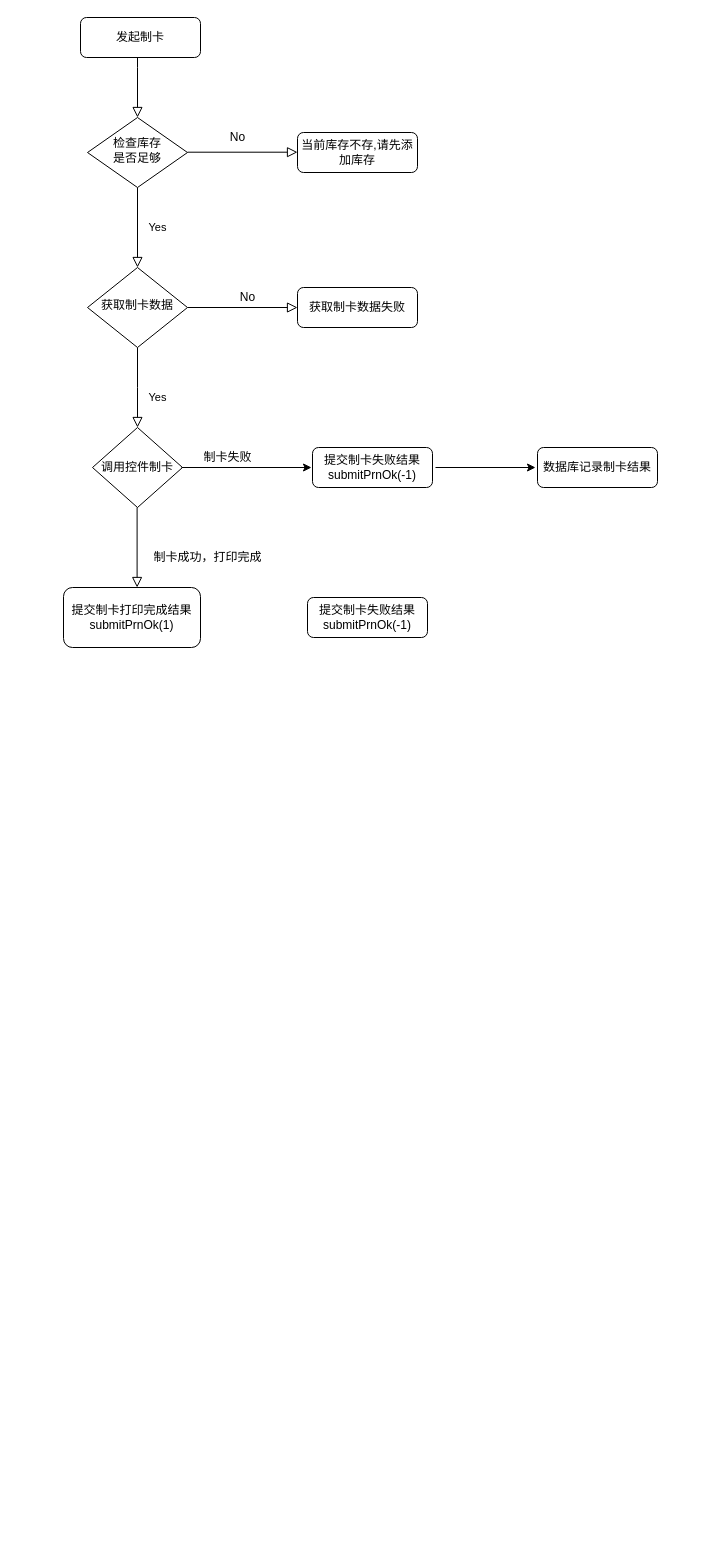
plummylilin/git_learning keeps this draw.io diagram as Untitled Diagram.drawio. Above is the earlier version. Source tidied: cells renumbered, new cells numbered last; positions are measured from the earlier drawing's top-left corner, leaving out a move shared by most shapes. Both pictures are drawn from the tidied source at 100%, with x=0, y=0 at pixel (63, 17).
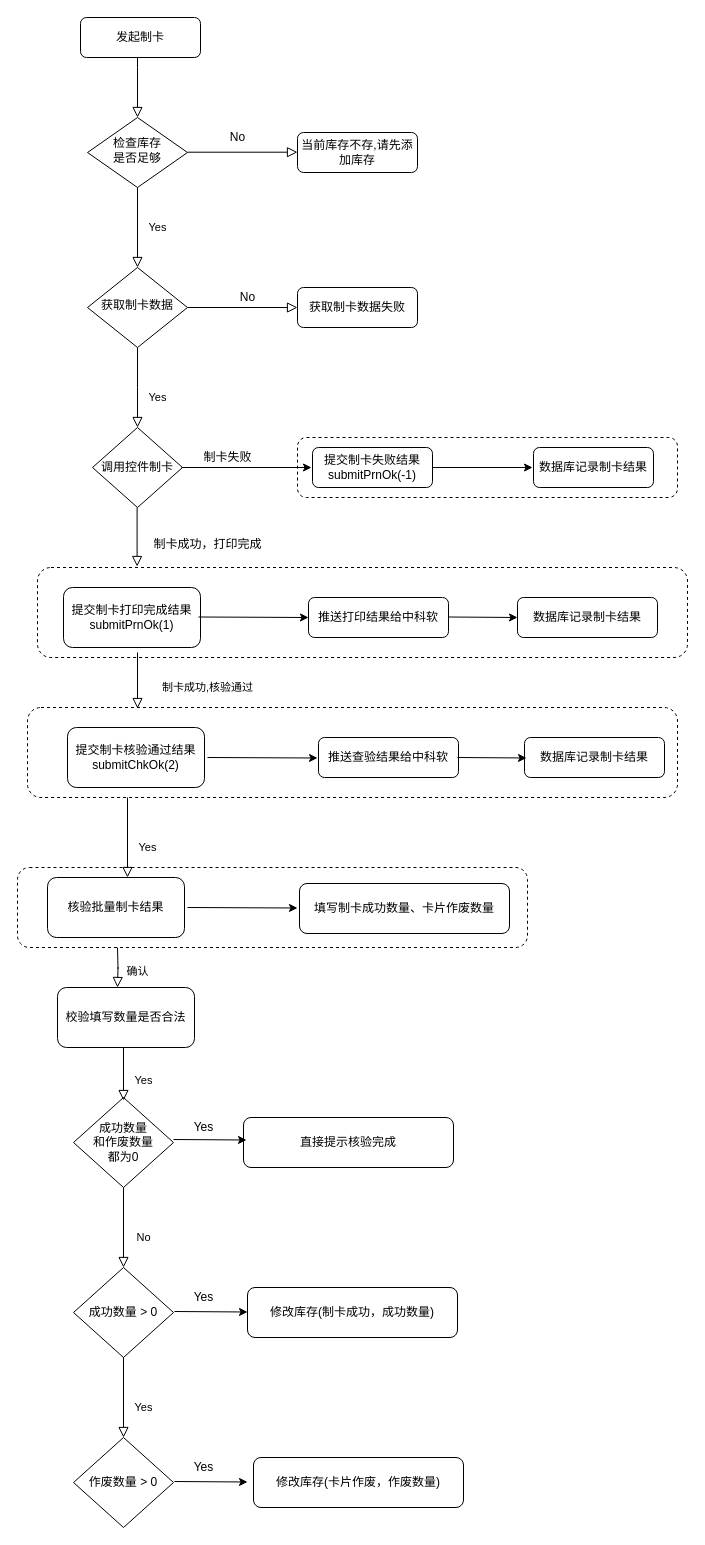
The same page after the edit.

Change to the diagram source:
```diff
@@
+    <mxCell id="23" style="rounded=1;whiteSpace=wrap;html=1;fillColor=none;dashed=1;" parent="1" vertex="1">
+      <mxGeometry x="-46" y="850" width="510" height="80" as="geometry" />
+    </mxCell>
+    <mxCell id="24" style="rounded=1;whiteSpace=wrap;html=1;fillColor=none;dashed=1;" parent="1" vertex="1">
+      <mxGeometry x="-26" y="550" width="650" height="90" as="geometry" />
+    </mxCell>
@@
     <mxCell id="18" value="数据库记录制卡结果" style="rounded=1;whiteSpace=wrap;html=1;fontSize=12;glass=0;strokeWidth=1;shadow=0;" parent="1" vertex="1">
-      <mxGeometry x="474" y="430" width="120" height="40" as="geometry" />
+      <mxGeometry x="470" y="430" width="120" height="40" as="geometry" />
     </mxCell>
     <mxCell id="19" style="endArrow=classic;html=1;" parent="1" edge="1">
       <mxGeometry relative="1" as="geometry">
-        <mxPoint x="372" y="450" as="sourcePoint" />
-        <mxPoint x="472" y="450" as="targetPoint" />
+        <mxPoint x="369" y="450" as="sourcePoint" />
+        <mxPoint x="469" y="450" as="targetPoint" />
       </mxGeometry>
     </mxCell>
     <mxCell id="20" value="&lt;span style=&quot;font-size: 12px&quot;&gt;制卡成功，打印完成&lt;/span&gt;" style="rounded=0;html=1;jettySize=auto;orthogonalLoop=1;fontSize=11;endArrow=block;endFill=0;endSize=8;strokeWidth=1;shadow=0;labelBackgroundColor=none;edgeStyle=orthogonalEdgeStyle;" parent="1" edge="1">
       <mxGeometry x="0.25" y="70" relative="1" as="geometry">
         <mxPoint x="73.6" y="490" as="sourcePoint" />
-        <mxPoint x="73.6" y="570" as="targetPoint" />
+        <mxPoint x="73.6" y="549" as="targetPoint" />
       </mxGeometry>
     </mxCell>
@@
-    <mxCell id="22" value="提交制卡失败结果submitPrnOk(-1)" style="rounded=1;whiteSpace=wrap;html=1;fontSize=12;glass=0;strokeWidth=1;shadow=0;" parent="1" vertex="1">
-      <mxGeometry x="244" y="580" width="120" height="40" as="geometry" />
+    <mxCell id="22" value="推送打印结果给中科软" style="rounded=1;whiteSpace=wrap;html=1;fontSize=12;glass=0;strokeWidth=1;shadow=0;" parent="1" vertex="1">
+      <mxGeometry x="245" y="580" width="140" height="40" as="geometry" />
     </mxCell>
+    <mxCell id="25" value="&lt;span&gt;数据库记录制卡结果&lt;/span&gt;" style="rounded=1;whiteSpace=wrap;html=1;fontSize=12;glass=0;strokeWidth=1;shadow=0;" parent="1" vertex="1">
+      <mxGeometry x="454" y="580" width="140" height="40" as="geometry" />
+    </mxCell>
+    <mxCell id="26" style="endArrow=classic;html=1;" parent="1" edge="1">
+      <mxGeometry relative="1" as="geometry">
+        <mxPoint x="135" y="599.5" as="sourcePoint" />
+        <mxPoint x="245" y="600" as="targetPoint" />
+      </mxGeometry>
+    </mxCell>
+    <mxCell id="27" style="endArrow=classic;html=1;entryX=0;entryY=0.5;entryDx=0;entryDy=0;" parent="1" edge="1" target="25">
+      <mxGeometry relative="1" as="geometry">
+        <mxPoint x="385" y="599.5" as="sourcePoint" />
+      </mxGeometry>
+    </mxCell>
+    <mxCell id="28" style="rounded=1;whiteSpace=wrap;html=1;fillColor=none;dashed=1;" parent="1" vertex="1">
+      <mxGeometry x="234" y="420" width="380" height="60" as="geometry" />
+    </mxCell>
+    <mxCell id="29" value="制卡成功,核验通过" style="rounded=0;html=1;jettySize=auto;orthogonalLoop=1;fontSize=11;endArrow=block;endFill=0;endSize=8;strokeWidth=1;shadow=0;labelBackgroundColor=none;edgeStyle=orthogonalEdgeStyle;" parent="1" edge="1">
+      <mxGeometry x="0.25" y="70" relative="1" as="geometry">
+        <mxPoint x="74" y="635" as="sourcePoint" />
+        <mxPoint x="74" y="691" as="targetPoint" />
+      </mxGeometry>
+    </mxCell>
+    <mxCell id="30" style="rounded=1;whiteSpace=wrap;html=1;fillColor=none;dashed=1;" parent="1" vertex="1">
+      <mxGeometry x="-36" y="690" width="650" height="90" as="geometry" />
+    </mxCell>
+    <mxCell id="31" value="提交制卡核验通过结果submitChkOk(2)" style="rounded=1;whiteSpace=wrap;html=1;fontSize=12;glass=0;strokeWidth=1;shadow=0;" parent="1" vertex="1">
+      <mxGeometry x="4" y="710" width="137" height="60" as="geometry" />
+    </mxCell>
+    <mxCell id="32" value="推送查验结果给中科软" style="rounded=1;whiteSpace=wrap;html=1;fontSize=12;glass=0;strokeWidth=1;shadow=0;" parent="1" vertex="1">
+      <mxGeometry x="255" y="720" width="140" height="40" as="geometry" />
+    </mxCell>
+    <mxCell id="33" value="&lt;span&gt;数据库记录制卡结果&lt;/span&gt;" style="rounded=1;whiteSpace=wrap;html=1;fontSize=12;glass=0;strokeWidth=1;shadow=0;" parent="1" vertex="1">
+      <mxGeometry x="461" y="720" width="140" height="40" as="geometry" />
+    </mxCell>
+    <mxCell id="34" style="endArrow=classic;html=1;" parent="1" edge="1">
+      <mxGeometry relative="1" as="geometry">
+        <mxPoint x="144" y="740" as="sourcePoint" />
+        <mxPoint x="254" y="740.5" as="targetPoint" />
+      </mxGeometry>
+    </mxCell>
+    <mxCell id="35" style="endArrow=classic;html=1;entryX=0;entryY=0.5;entryDx=0;entryDy=0;" parent="1" edge="1">
+      <mxGeometry relative="1" as="geometry">
+        <mxPoint x="394" y="740" as="sourcePoint" />
+        <mxPoint x="463" y="740.5" as="targetPoint" />
+      </mxGeometry>
+    </mxCell>
+    <mxCell id="36" value="Yes" style="rounded=0;html=1;jettySize=auto;orthogonalLoop=1;fontSize=11;endArrow=block;endFill=0;endSize=8;strokeWidth=1;shadow=0;labelBackgroundColor=none;edgeStyle=orthogonalEdgeStyle;" parent="1" edge="1">
+      <mxGeometry x="0.25" y="20" relative="1" as="geometry">
+        <mxPoint x="64" y="780" as="sourcePoint" />
+        <mxPoint x="64" y="860" as="targetPoint" />
+      </mxGeometry>
+    </mxCell>
+    <mxCell id="37" value="核验批量制卡结果" style="rounded=1;whiteSpace=wrap;html=1;fontSize=12;glass=0;strokeWidth=1;shadow=0;" parent="1" vertex="1">
+      <mxGeometry x="-16" y="860" width="137" height="60" as="geometry" />
+    </mxCell>
+    <mxCell id="38" value="填写制卡成功数量、卡片作废数量" style="rounded=1;whiteSpace=wrap;html=1;fontSize=12;glass=0;strokeWidth=1;shadow=0;" parent="1" vertex="1">
+      <mxGeometry x="236" y="866" width="210" height="50" as="geometry" />
+    </mxCell>
+    <mxCell id="39" style="endArrow=classic;html=1;" parent="1" edge="1">
+      <mxGeometry relative="1" as="geometry">
+        <mxPoint x="124" y="890" as="sourcePoint" />
+        <mxPoint x="234" y="890.5" as="targetPoint" />
+      </mxGeometry>
+    </mxCell>
+    <mxCell id="40" value="校验填写数量是否合法" style="rounded=1;whiteSpace=wrap;html=1;fontSize=12;glass=0;strokeWidth=1;shadow=0;" parent="1" vertex="1">
+      <mxGeometry x="-6" y="970" width="137" height="60" as="geometry" />
+    </mxCell>
+    <mxCell id="41" value="确认" style="rounded=0;html=1;jettySize=auto;orthogonalLoop=1;fontSize=11;endArrow=block;endFill=0;endSize=8;strokeWidth=1;shadow=0;labelBackgroundColor=none;edgeStyle=orthogonalEdgeStyle;" parent="1" edge="1">
+      <mxGeometry x="0.25" y="20" relative="1" as="geometry">
+        <mxPoint x="54" y="930" as="sourcePoint" />
+        <mxPoint x="54" y="970" as="targetPoint" />
+      </mxGeometry>
+    </mxCell>
+    <mxCell id="42" value="成功数量&lt;br&gt;和作废数量&lt;br&gt;都为0" style="rhombus;whiteSpace=wrap;html=1;" parent="1" vertex="1">
+      <mxGeometry x="10" y="1080" width="100" height="90" as="geometry" />
+    </mxCell>
+    <mxCell id="43" value="直接提示核验完成" style="rounded=1;whiteSpace=wrap;html=1;fontSize=12;glass=0;strokeWidth=1;shadow=0;" parent="1" vertex="1">
+      <mxGeometry x="180" y="1100" width="210" height="50" as="geometry" />
+    </mxCell>
+    <mxCell id="44" value="No" style="rounded=0;html=1;jettySize=auto;orthogonalLoop=1;fontSize=11;endArrow=block;endFill=0;endSize=8;strokeWidth=1;shadow=0;labelBackgroundColor=none;edgeStyle=orthogonalEdgeStyle;" parent="1" edge="1">
+      <mxGeometry x="0.25" y="20" relative="1" as="geometry">
+        <mxPoint x="60" y="1170" as="sourcePoint" />
+        <mxPoint x="60" y="1250" as="targetPoint" />
+      </mxGeometry>
+    </mxCell>
+    <mxCell id="45" value="成功数量 &amp;gt; 0" style="rhombus;whiteSpace=wrap;html=1;" parent="1" vertex="1">
+      <mxGeometry x="10" y="1250" width="100" height="90" as="geometry" />
+    </mxCell>
+    <mxCell id="46" value="修改库存(制卡成功，成功数量)" style="rounded=1;whiteSpace=wrap;html=1;fontSize=12;glass=0;strokeWidth=1;shadow=0;" parent="1" vertex="1">
+      <mxGeometry x="184" y="1270" width="210" height="50" as="geometry" />
+    </mxCell>
+    <mxCell id="47" value="作废数量 &amp;gt; 0" style="rhombus;whiteSpace=wrap;html=1;" parent="1" vertex="1">
+      <mxGeometry x="10" y="1420" width="100" height="90" as="geometry" />
+    </mxCell>
+    <mxCell id="48" value="修改库存(卡片作废，作废数量)" style="rounded=1;whiteSpace=wrap;html=1;fontSize=12;glass=0;strokeWidth=1;shadow=0;" parent="1" vertex="1">
+      <mxGeometry x="190" y="1440" width="210" height="50" as="geometry" />
+    </mxCell>
+    <mxCell id="49" value="Yes" style="rounded=0;html=1;jettySize=auto;orthogonalLoop=1;fontSize=11;endArrow=block;endFill=0;endSize=8;strokeWidth=1;shadow=0;labelBackgroundColor=none;edgeStyle=orthogonalEdgeStyle;" parent="1" edge="1">
+      <mxGeometry x="0.25" y="20" relative="1" as="geometry">
+        <mxPoint x="60" y="1340" as="sourcePoint" />
+        <mxPoint x="60" y="1420" as="targetPoint" />
+      </mxGeometry>
+    </mxCell>
+    <mxCell id="50" value="Yes" style="rounded=0;html=1;jettySize=auto;orthogonalLoop=1;fontSize=11;endArrow=block;endFill=0;endSize=8;strokeWidth=1;shadow=0;labelBackgroundColor=none;edgeStyle=orthogonalEdgeStyle;" parent="1" edge="1">
+      <mxGeometry x="0.25" y="20" relative="1" as="geometry">
+        <mxPoint x="60" y="1030" as="sourcePoint" />
+        <mxPoint x="60" y="1083" as="targetPoint" />
+      </mxGeometry>
+    </mxCell>
+    <mxCell id="51" style="endArrow=classic;html=1;" parent="1" edge="1">
+      <mxGeometry relative="1" as="geometry">
+        <mxPoint x="111" y="1294" as="sourcePoint" />
+        <mxPoint x="184" y="1294.5" as="targetPoint" />
+      </mxGeometry>
+    </mxCell>
+    <mxCell id="52" value="Yes" style="text;html=1;align=center;verticalAlign=middle;" parent="1" vertex="1">
+      <mxGeometry x="125" y="1270" width="30" height="20" as="geometry" />
+    </mxCell>
+    <mxCell id="53" style="endArrow=classic;html=1;" parent="1" edge="1">
+      <mxGeometry relative="1" as="geometry">
+        <mxPoint x="110" y="1122" as="sourcePoint" />
+        <mxPoint x="183" y="1122.5" as="targetPoint" />
+      </mxGeometry>
+    </mxCell>
+    <mxCell id="54" value="Yes" style="text;html=1;align=center;verticalAlign=middle;" parent="1" vertex="1">
+      <mxGeometry x="125" y="1100" width="30" height="20" as="geometry" />
+    </mxCell>
+    <mxCell id="55" style="endArrow=classic;html=1;" parent="1" edge="1">
+      <mxGeometry relative="1" as="geometry">
+        <mxPoint x="111" y="1464" as="sourcePoint" />
+        <mxPoint x="184" y="1464.5" as="targetPoint" />
+      </mxGeometry>
+    </mxCell>
+    <mxCell id="56" value="Yes" style="text;html=1;align=center;verticalAlign=middle;" parent="1" vertex="1">
+      <mxGeometry x="125" y="1440" width="30" height="20" as="geometry" />
+    </mxCell>
```
